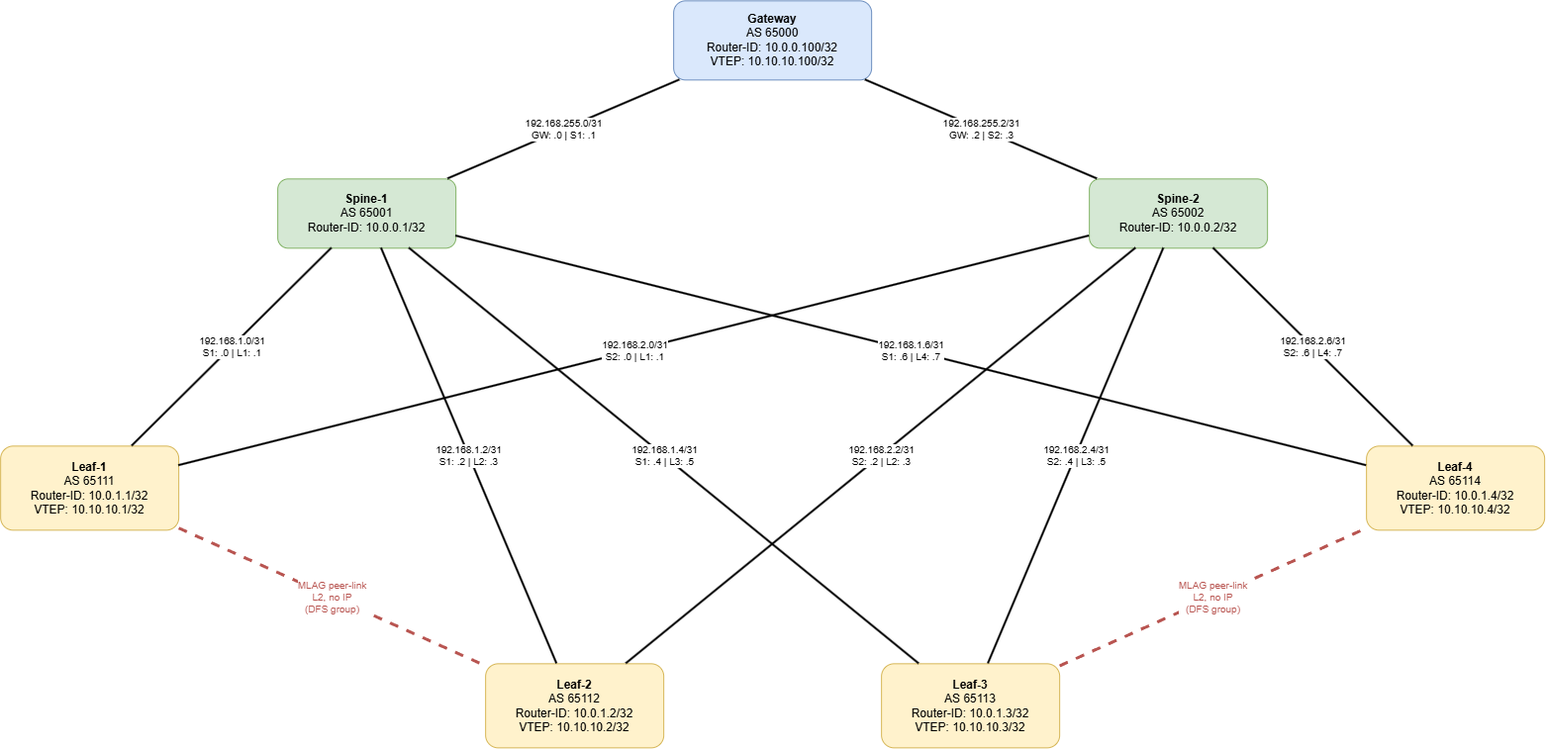
Above: docs/topology.drawio.png in Baymirzaev-A/test-assignment (draw.io), before the change. Source tidied: cells renumbered, new cells last; positions are measured from the earlier drawing's top-left corner, leaving out a move shared by most shapes. Source of this version:
```xml
<mxGraphModel>
  <root>
    <mxCell id="0" />
    <mxCell id="1" parent="0" />
    <mxCell id="2" value="&lt;b&gt;Gateway&lt;/b&gt;&lt;br&gt;AS 65000&lt;br&gt;Router-ID: 10.0.0.100/32&lt;br&gt;VTEP: 10.10.10.100/32" style="rounded=1;whiteSpace=wrap;html=1;fillColor=#dae8fc;strokeColor=#6c8ebf;fontSize=12;align=center;" parent="1" vertex="1">
      <mxGeometry x="680" width="200" height="80" as="geometry" />
    </mxCell>
    <mxCell id="3" value="&lt;b&gt;Spine-1&lt;/b&gt;&lt;br&gt;AS 65001&lt;br&gt;Router-ID: 10.0.0.1/32" style="rounded=1;whiteSpace=wrap;html=1;fillColor=#d5e8d4;strokeColor=#82b366;fontSize=12;align=center;" parent="1" vertex="1">
      <mxGeometry x="280" y="180" width="180" height="70" as="geometry" />
    </mxCell>
    <mxCell id="4" value="&lt;b&gt;Spine-2&lt;/b&gt;&lt;br&gt;AS 65002&lt;br&gt;Router-ID: 10.0.0.2/32" style="rounded=1;whiteSpace=wrap;html=1;fillColor=#d5e8d4;strokeColor=#82b366;fontSize=12;align=center;" parent="1" vertex="1">
      <mxGeometry x="1100" y="180" width="180" height="70" as="geometry" />
    </mxCell>
    <mxCell id="5" value="&lt;b&gt;Leaf-1&lt;/b&gt;&lt;br&gt;AS 65111&lt;br&gt;Router-ID: 10.0.1.1/32&lt;br&gt;VTEP: 10.10.10.1/32" style="rounded=1;whiteSpace=wrap;html=1;fillColor=#fff2cc;strokeColor=#d6b656;fontSize=12;align=center;" parent="1" vertex="1">
      <mxGeometry y="450" width="180" height="85" as="geometry" />
    </mxCell>
    <mxCell id="6" value="&lt;b&gt;Leaf-2&lt;/b&gt;&lt;br&gt;AS 65112&lt;br&gt;Router-ID: 10.0.1.2/32&lt;br&gt;VTEP: 10.10.10.2/32" style="rounded=1;whiteSpace=wrap;html=1;fillColor=#fff2cc;strokeColor=#d6b656;fontSize=12;align=center;" parent="1" vertex="1">
      <mxGeometry x="490" y="670" width="180" height="85" as="geometry" />
    </mxCell>
    <mxCell id="7" value="&lt;b&gt;Leaf-3&lt;/b&gt;&lt;br&gt;AS 65113&lt;br&gt;Router-ID: 10.0.1.3/32&lt;br&gt;VTEP: 10.10.10.3/32" style="rounded=1;whiteSpace=wrap;html=1;fillColor=#fff2cc;strokeColor=#d6b656;fontSize=12;align=center;" parent="1" vertex="1">
      <mxGeometry x="890" y="670" width="180" height="85" as="geometry" />
    </mxCell>
    <mxCell id="8" value="&lt;b&gt;Leaf-4&lt;/b&gt;&lt;br&gt;AS 65114&lt;br&gt;Router-ID: 10.0.1.4/32&lt;br&gt;VTEP: 10.10.10.4/32" style="rounded=1;whiteSpace=wrap;html=1;fillColor=#fff2cc;strokeColor=#d6b656;fontSize=12;align=center;" parent="1" vertex="1">
      <mxGeometry x="1380" y="450" width="180" height="85" as="geometry" />
    </mxCell>
    <mxCell id="9" value="192.168.255.0/31&#10;GW: .0 | S1: .1" style="rounded=0;html=1;endArrow=none;strokeWidth=2;fontSize=10;labelBackgroundColor=#ffffff;" parent="1" edge="1" source="2" target="3">
      <mxGeometry relative="1" as="geometry" />
    </mxCell>
    <mxCell id="10" value="192.168.255.2/31&#10;GW: .2 | S2: .3" style="rounded=0;html=1;endArrow=none;strokeWidth=2;fontSize=10;labelBackgroundColor=#ffffff;" parent="1" edge="1" source="2" target="4">
      <mxGeometry relative="1" as="geometry" />
    </mxCell>
    <mxCell id="11" value="192.168.1.0/31&#10;S1: .0 | L1: .1" style="rounded=0;html=1;endArrow=none;strokeWidth=2;fontSize=10;labelBackgroundColor=#ffffff;" parent="1" edge="1" source="3" target="5">
      <mxGeometry relative="1" as="geometry" />
    </mxCell>
    <mxCell id="12" value="192.168.1.2/31&#10;S1: .2 | L2: .3" style="rounded=0;html=1;endArrow=none;strokeWidth=2;fontSize=10;labelBackgroundColor=#ffffff;" parent="1" edge="1" source="3" target="6">
      <mxGeometry relative="1" as="geometry" />
    </mxCell>
    <mxCell id="13" value="192.168.1.4/31&#10;S1: .4 | L3: .5" style="rounded=0;html=1;endArrow=none;strokeWidth=2;fontSize=10;labelBackgroundColor=#ffffff;strokeColor=#000000;" parent="1" edge="1" source="3" target="7">
      <mxGeometry relative="1" as="geometry" />
    </mxCell>
    <mxCell id="14" value="192.168.1.6/31&#10;S1: .6 | L4: .7" style="rounded=0;html=1;endArrow=none;strokeWidth=2;fontSize=10;labelBackgroundColor=#ffffff;strokeColor=#000000;" parent="1" edge="1" source="3" target="8">
      <mxGeometry relative="1" as="geometry" />
    </mxCell>
    <mxCell id="15" value="192.168.2.4/31&#10;S2: .4 | L3: .5" style="rounded=0;html=1;endArrow=none;strokeWidth=2;fontSize=10;labelBackgroundColor=#ffffff;" parent="1" edge="1" source="4" target="7">
      <mxGeometry relative="1" as="geometry" />
    </mxCell>
    <mxCell id="16" value="192.168.2.6/31&#10;S2: .6 | L4: .7" style="rounded=0;html=1;endArrow=none;strokeWidth=2;fontSize=10;labelBackgroundColor=#ffffff;" parent="1" edge="1" source="4" target="8">
      <mxGeometry relative="1" as="geometry" />
    </mxCell>
    <mxCell id="17" value="192.168.2.0/31&#10;S2: .0 | L1: .1" style="rounded=0;html=1;endArrow=none;strokeWidth=2;fontSize=10;labelBackgroundColor=#ffffff;strokeColor=#000000;" parent="1" edge="1" source="4" target="5">
      <mxGeometry relative="1" as="geometry" />
    </mxCell>
    <mxCell id="18" value="192.168.2.2/31&#10;S2: .2 | L2: .3" style="rounded=0;html=1;endArrow=none;strokeWidth=2;fontSize=10;labelBackgroundColor=#ffffff;strokeColor=#000000;" parent="1" edge="1" source="4" target="6">
      <mxGeometry relative="1" as="geometry" />
    </mxCell>
    <mxCell id="19" value="MLAG peer-link&#10;L2, no IP&#10;(DFS group)" style="rounded=0;html=1;endArrow=none;strokeWidth=3;dashed=1;strokeColor=#b85450;fontColor=#b85450;fontSize=10;labelBackgroundColor=#ffffff;" parent="1" edge="1" source="5" target="6">
      <mxGeometry relative="1" as="geometry" />
    </mxCell>
    <mxCell id="20" value="MLAG peer-link&#10;L2, no IP&#10;(DFS group)" style="rounded=0;html=1;endArrow=none;strokeWidth=3;dashed=1;strokeColor=#b85450;fontColor=#b85450;fontSize=10;labelBackgroundColor=#ffffff;" parent="1" edge="1" source="7" target="8">
      <mxGeometry relative="1" as="geometry" />
    </mxCell>
  </root>
</mxGraphModel>
```
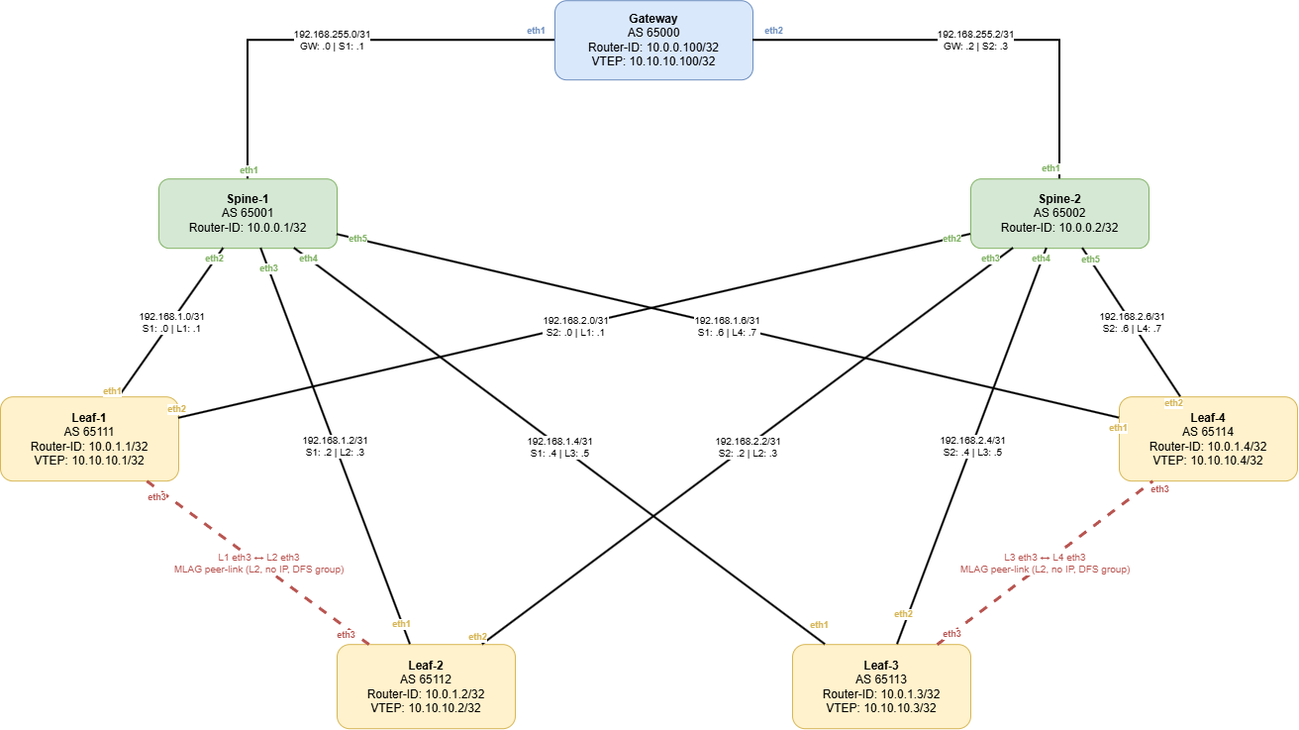
The same diagram one commit later.

Commit message:
обновлена схема underlay drawio (добавлены интерфейсы), переход к конфигурациям (spine 1 и 2, пока только в части underlay)

What changed in the source:
```diff
@@ -12,52 +12,170 @@
       <mxGeometry x="1100" y="180" width="180" height="70" as="geometry" />
     </mxCell>
     <mxCell id="5" value="&lt;b&gt;Leaf-1&lt;/b&gt;&lt;br&gt;AS 65111&lt;br&gt;Router-ID: 10.0.1.1/32&lt;br&gt;VTEP: 10.10.10.1/32" style="rounded=1;whiteSpace=wrap;html=1;fillColor=#fff2cc;strokeColor=#d6b656;fontSize=12;align=center;" parent="1" vertex="1">
-      <mxGeometry y="450" width="180" height="85" as="geometry" />
+      <mxGeometry x="120" y="400" width="180" height="85" as="geometry" />
     </mxCell>
     <mxCell id="6" value="&lt;b&gt;Leaf-2&lt;/b&gt;&lt;br&gt;AS 65112&lt;br&gt;Router-ID: 10.0.1.2/32&lt;br&gt;VTEP: 10.10.10.2/32" style="rounded=1;whiteSpace=wrap;html=1;fillColor=#fff2cc;strokeColor=#d6b656;fontSize=12;align=center;" parent="1" vertex="1">
-      <mxGeometry x="490" y="670" width="180" height="85" as="geometry" />
+      <mxGeometry x="460" y="650" width="180" height="85" as="geometry" />
     </mxCell>
     <mxCell id="7" value="&lt;b&gt;Leaf-3&lt;/b&gt;&lt;br&gt;AS 65113&lt;br&gt;Router-ID: 10.0.1.3/32&lt;br&gt;VTEP: 10.10.10.3/32" style="rounded=1;whiteSpace=wrap;html=1;fillColor=#fff2cc;strokeColor=#d6b656;fontSize=12;align=center;" parent="1" vertex="1">
-      <mxGeometry x="890" y="670" width="180" height="85" as="geometry" />
+      <mxGeometry x="920" y="650" width="180" height="85" as="geometry" />
     </mxCell>
     <mxCell id="8" value="&lt;b&gt;Leaf-4&lt;/b&gt;&lt;br&gt;AS 65114&lt;br&gt;Router-ID: 10.0.1.4/32&lt;br&gt;VTEP: 10.10.10.4/32" style="rounded=1;whiteSpace=wrap;html=1;fillColor=#fff2cc;strokeColor=#d6b656;fontSize=12;align=center;" parent="1" vertex="1">
-      <mxGeometry x="1380" y="450" width="180" height="85" as="geometry" />
+      <mxGeometry x="1250" y="400" width="180" height="85" as="geometry" />
     </mxCell>
-    <mxCell id="9" value="192.168.255.0/31&#10;GW: .0 | S1: .1" style="rounded=0;html=1;endArrow=none;strokeWidth=2;fontSize=10;labelBackgroundColor=#ffffff;" parent="1" edge="1" source="2" target="3">
-      <mxGeometry relative="1" as="geometry" />
+    <mxCell id="9" value="192.168.255.0/31&#10;GW: .0 | S1: .1" style="edgeStyle=orthogonalEdgeStyle;rounded=0;html=1;endArrow=none;strokeWidth=2;fontSize=10;labelBackgroundColor=#ffffff;" parent="1" edge="1" source="2" target="3">
+      <mxGeometry relative="1" as="geometry">
+        <Array as="points">
+          <mxPoint x="370" y="40" />
+          <mxPoint x="370" y="180" />
+        </Array>
+      </mxGeometry>
     </mxCell>
+    <mxCell id="21" value="eth1" style="edgeLabel;html=1;align=center;verticalAlign=middle;fontSize=9;fontStyle=1;fontColor=#6c8ebf;labelBackgroundColor=#ffffff;absolute=1;" parent="9" vertex="1">
+      <mxGeometry y="-10" relative="1" as="geometry">
+        <mxPoint x="205" as="offset" />
+      </mxGeometry>
+    </mxCell>
+    <mxCell id="22" value="eth1" style="edgeLabel;html=1;align=center;verticalAlign=middle;fontSize=9;fontStyle=1;fontColor=#82b366;labelBackgroundColor=#ffffff;absolute=1;" parent="9" vertex="1">
+      <mxGeometry x="1" y="-10" relative="1" as="geometry">
+        <mxPoint x="10" y="-9" as="offset" />
+      </mxGeometry>
+    </mxCell>
-    <mxCell id="10" value="192.168.255.2/31&#10;GW: .2 | S2: .3" style="rounded=0;html=1;endArrow=none;strokeWidth=2;fontSize=10;labelBackgroundColor=#ffffff;" parent="1" edge="1" source="2" target="4">
-      <mxGeometry relative="1" as="geometry" />
+    <mxCell id="10" value="192.168.255.2/31&#10;GW: .2 | S2: .3" style="edgeStyle=orthogonalEdgeStyle;rounded=0;html=1;endArrow=none;strokeWidth=2;fontSize=10;labelBackgroundColor=#ffffff;" parent="1" edge="1" source="2" target="4">
+      <mxGeometry relative="1" as="geometry">
+        <Array as="points">
+          <mxPoint x="1190" y="40" />
+          <mxPoint x="1190" y="180" />
+        </Array>
+      </mxGeometry>
     </mxCell>
+    <mxCell id="23" value="eth2" style="edgeLabel;html=1;align=center;verticalAlign=middle;fontSize=9;fontStyle=1;fontColor=#6c8ebf;labelBackgroundColor=#ffffff;absolute=1;" parent="10" vertex="1">
+      <mxGeometry y="-10" relative="1" as="geometry">
+        <mxPoint x="-205" y="-20" as="offset" />
+      </mxGeometry>
+    </mxCell>
+    <mxCell id="24" value="eth1" style="edgeLabel;html=1;align=center;verticalAlign=middle;fontSize=9;fontStyle=1;fontColor=#82b366;labelBackgroundColor=#ffffff;absolute=1;" parent="10" vertex="1">
+      <mxGeometry x="1" y="-10" relative="1" as="geometry">
+        <mxPoint y="-11" as="offset" />
+      </mxGeometry>
+    </mxCell>
     <mxCell id="11" value="192.168.1.0/31&#10;S1: .0 | L1: .1" style="rounded=0;html=1;endArrow=none;strokeWidth=2;fontSize=10;labelBackgroundColor=#ffffff;" parent="1" edge="1" source="3" target="5">
       <mxGeometry relative="1" as="geometry" />
     </mxCell>
+    <mxCell id="25" value="eth2" style="edgeLabel;html=1;align=center;verticalAlign=middle;fontSize=9;fontStyle=1;fontColor=#82b366;labelBackgroundColor=#ffffff;absolute=1;" parent="11" vertex="1">
+      <mxGeometry y="-10" relative="1" as="geometry">
+        <mxPoint x="51" y="-59" as="offset" />
+      </mxGeometry>
+    </mxCell>
+    <mxCell id="26" value="eth1" style="edgeLabel;html=1;align=center;verticalAlign=middle;fontSize=9;fontStyle=1;fontColor=#d6b656;labelBackgroundColor=#ffffff;absolute=1;" parent="11" vertex="1">
+      <mxGeometry x="1" y="-10" relative="1" as="geometry" />
+    </mxCell>
     <mxCell id="12" value="192.168.1.2/31&#10;S1: .2 | L2: .3" style="rounded=0;html=1;endArrow=none;strokeWidth=2;fontSize=10;labelBackgroundColor=#ffffff;" parent="1" edge="1" source="3" target="6">
       <mxGeometry relative="1" as="geometry" />
     </mxCell>
+    <mxCell id="27" value="eth3" style="edgeLabel;html=1;align=center;verticalAlign=middle;fontSize=9;fontStyle=1;fontColor=#82b366;labelBackgroundColor=#ffffff;absolute=1;" parent="12" vertex="1">
+      <mxGeometry y="-10" relative="1" as="geometry">
+        <mxPoint x="-59" y="-183" as="offset" />
+      </mxGeometry>
+    </mxCell>
+    <mxCell id="28" value="eth1" style="edgeLabel;html=1;align=center;verticalAlign=middle;fontSize=9;fontStyle=1;fontColor=#d6b656;labelBackgroundColor=#ffffff;absolute=1;" parent="12" vertex="1">
+      <mxGeometry x="1" y="-10" relative="1" as="geometry">
+        <mxPoint y="-24" as="offset" />
+      </mxGeometry>
+    </mxCell>
     <mxCell id="13" value="192.168.1.4/31&#10;S1: .4 | L3: .5" style="rounded=0;html=1;endArrow=none;strokeWidth=2;fontSize=10;labelBackgroundColor=#ffffff;strokeColor=#000000;" parent="1" edge="1" source="3" target="7">
       <mxGeometry relative="1" as="geometry" />
     </mxCell>
+    <mxCell id="29" value="eth4" style="edgeLabel;html=1;align=center;verticalAlign=middle;fontSize=9;fontStyle=1;fontColor=#82b366;labelBackgroundColor=#ffffff;absolute=1;" parent="13" vertex="1">
+      <mxGeometry y="-10" relative="1" as="geometry">
+        <mxPoint x="-249" y="-198" as="offset" />
+      </mxGeometry>
+    </mxCell>
+    <mxCell id="30" value="eth1" style="edgeLabel;html=1;align=center;verticalAlign=middle;fontSize=9;fontStyle=1;fontColor=#d6b656;labelBackgroundColor=#ffffff;absolute=1;" parent="13" vertex="1">
+      <mxGeometry x="1" y="-10" relative="1" as="geometry">
+        <mxPoint y="-28" as="offset" />
+      </mxGeometry>
+    </mxCell>
     <mxCell id="14" value="192.168.1.6/31&#10;S1: .6 | L4: .7" style="rounded=0;html=1;endArrow=none;strokeWidth=2;fontSize=10;labelBackgroundColor=#ffffff;strokeColor=#000000;" parent="1" edge="1" source="3" target="8">
       <mxGeometry relative="1" as="geometry" />
     </mxCell>
+    <mxCell id="31" value="eth5" style="edgeLabel;html=1;align=center;verticalAlign=middle;fontSize=9;fontStyle=1;fontColor=#82b366;labelBackgroundColor=#ffffff;absolute=1;" parent="14" vertex="1">
+      <mxGeometry y="-10" relative="1" as="geometry">
+        <mxPoint x="-372" y="-98" as="offset" />
+      </mxGeometry>
+    </mxCell>
+    <mxCell id="32" value="eth1" style="edgeLabel;html=1;align=center;verticalAlign=middle;fontSize=9;fontStyle=1;fontColor=#d6b656;labelBackgroundColor=#ffffff;absolute=1;" parent="14" vertex="1">
+      <mxGeometry x="1" y="-10" relative="1" as="geometry" />
+    </mxCell>
     <mxCell id="15" value="192.168.2.4/31&#10;S2: .4 | L3: .5" style="rounded=0;html=1;endArrow=none;strokeWidth=2;fontSize=10;labelBackgroundColor=#ffffff;" parent="1" edge="1" source="4" target="7">
       <mxGeometry relative="1" as="geometry" />
     </mxCell>
+    <mxCell id="33" value="eth4" style="edgeLabel;html=1;align=center;verticalAlign=middle;fontSize=9;fontStyle=1;fontColor=#82b366;labelBackgroundColor=#ffffff;absolute=1;" parent="15" vertex="1">
+      <mxGeometry y="-10" relative="1" as="geometry">
+        <mxPoint x="78" y="-186" as="offset" />
+      </mxGeometry>
+    </mxCell>
+    <mxCell id="34" value="eth2" style="edgeLabel;html=1;align=center;verticalAlign=middle;fontSize=9;fontStyle=1;fontColor=#d6b656;labelBackgroundColor=#ffffff;absolute=1;" parent="15" vertex="1">
+      <mxGeometry x="1" y="-10" relative="1" as="geometry">
+        <mxPoint x="14" y="-27" as="offset" />
+      </mxGeometry>
+    </mxCell>
     <mxCell id="16" value="192.168.2.6/31&#10;S2: .6 | L4: .7" style="rounded=0;html=1;endArrow=none;strokeWidth=2;fontSize=10;labelBackgroundColor=#ffffff;" parent="1" edge="1" source="4" target="8">
       <mxGeometry relative="1" as="geometry" />
     </mxCell>
+    <mxCell id="35" value="eth5" style="edgeLabel;html=1;align=center;verticalAlign=middle;fontSize=9;fontStyle=1;fontColor=#82b366;labelBackgroundColor=#ffffff;absolute=1;" parent="16" vertex="1">
+      <mxGeometry y="-10" relative="1" as="geometry">
+        <mxPoint x="-34" y="-70" as="offset" />
+      </mxGeometry>
+    </mxCell>
+    <mxCell id="36" value="eth2" style="edgeLabel;html=1;align=center;verticalAlign=middle;fontSize=9;fontStyle=1;fontColor=#d6b656;labelBackgroundColor=#ffffff;absolute=1;" parent="16" vertex="1">
+      <mxGeometry x="1" y="-10" relative="1" as="geometry" />
+    </mxCell>
     <mxCell id="17" value="192.168.2.0/31&#10;S2: .0 | L1: .1" style="rounded=0;html=1;endArrow=none;strokeWidth=2;fontSize=10;labelBackgroundColor=#ffffff;strokeColor=#000000;" parent="1" edge="1" source="4" target="5">
       <mxGeometry relative="1" as="geometry" />
     </mxCell>
+    <mxCell id="37" value="eth2" style="edgeLabel;html=1;align=center;verticalAlign=middle;fontSize=9;fontStyle=1;fontColor=#82b366;labelBackgroundColor=#ffffff;absolute=1;" parent="17" vertex="1">
+      <mxGeometry y="-10" relative="1" as="geometry">
+        <mxPoint x="382" y="-79" as="offset" />
+      </mxGeometry>
+    </mxCell>
+    <mxCell id="38" value="eth2" style="edgeLabel;html=1;align=center;verticalAlign=middle;fontSize=9;fontStyle=1;fontColor=#d6b656;labelBackgroundColor=#ffffff;absolute=1;" parent="17" vertex="1">
+      <mxGeometry x="1" y="-10" relative="1" as="geometry" />
+    </mxCell>
     <mxCell id="18" value="192.168.2.2/31&#10;S2: .2 | L2: .3" style="rounded=0;html=1;endArrow=none;strokeWidth=2;fontSize=10;labelBackgroundColor=#ffffff;strokeColor=#000000;" parent="1" edge="1" source="4" target="6">
       <mxGeometry relative="1" as="geometry" />
     </mxCell>
+    <mxCell id="39" value="eth3" style="edgeLabel;html=1;align=center;verticalAlign=middle;fontSize=9;fontStyle=1;fontColor=#82b366;labelBackgroundColor=#ffffff;absolute=1;" parent="18" vertex="1">
+      <mxGeometry y="-10" relative="1" as="geometry">
+        <mxPoint x="251" y="-182" as="offset" />
+      </mxGeometry>
+    </mxCell>
+    <mxCell id="40" value="eth2" style="edgeLabel;html=1;align=center;verticalAlign=middle;fontSize=9;fontStyle=1;fontColor=#d6b656;labelBackgroundColor=#ffffff;absolute=1;" parent="18" vertex="1">
+      <mxGeometry x="1" y="-10" relative="1" as="geometry" />
+    </mxCell>
-    <mxCell id="19" value="MLAG peer-link&#10;L2, no IP&#10;(DFS group)" style="rounded=0;html=1;endArrow=none;strokeWidth=3;dashed=1;strokeColor=#b85450;fontColor=#b85450;fontSize=10;labelBackgroundColor=#ffffff;" parent="1" edge="1" source="5" target="6">
+    <mxCell id="19" value="L1 eth3 ↔ L2 eth3&#10;MLAG peer-link (L2, no IP, DFS group)" style="rounded=0;html=1;endArrow=none;strokeWidth=3;dashed=1;strokeColor=#b85450;fontColor=#b85450;fontSize=10;labelBackgroundColor=#ffffff;" parent="1" edge="1" source="5" target="6">
       <mxGeometry relative="1" as="geometry" />
     </mxCell>
+    <mxCell id="41" value="eth3" style="edgeLabel;html=1;align=center;verticalAlign=middle;fontSize=9;fontStyle=1;fontColor=#b85450;labelBackgroundColor=#ffffff;absolute=1;" parent="19" vertex="1">
+      <mxGeometry y="-10" relative="1" as="geometry">
+        <mxPoint x="-98" y="-75" as="offset" />
+      </mxGeometry>
+    </mxCell>
+    <mxCell id="42" value="eth3" style="edgeLabel;html=1;align=center;verticalAlign=middle;fontSize=9;fontStyle=1;fontColor=#b85450;labelBackgroundColor=#ffffff;absolute=1;" parent="19" vertex="1">
+      <mxGeometry x="1" y="-10" relative="1" as="geometry">
+        <mxPoint x="-18" y="-18" as="offset" />
+      </mxGeometry>
+    </mxCell>
-    <mxCell id="20" value="MLAG peer-link&#10;L2, no IP&#10;(DFS group)" style="rounded=0;html=1;endArrow=none;strokeWidth=3;dashed=1;strokeColor=#b85450;fontColor=#b85450;fontSize=10;labelBackgroundColor=#ffffff;" parent="1" edge="1" source="7" target="8">
+    <mxCell id="20" value="L3 eth3 ↔ L4 eth3&#10;MLAG peer-link (L2, no IP, DFS group)" style="rounded=0;html=1;endArrow=none;strokeWidth=3;dashed=1;strokeColor=#b85450;fontColor=#b85450;fontSize=10;labelBackgroundColor=#ffffff;" parent="1" edge="1" source="7" target="8">
       <mxGeometry relative="1" as="geometry" />
     </mxCell>
+    <mxCell id="43" value="eth3" style="edgeLabel;html=1;align=center;verticalAlign=middle;fontSize=9;fontStyle=1;fontColor=#b85450;labelBackgroundColor=#ffffff;absolute=1;" parent="20" vertex="1">
+      <mxGeometry y="-10" relative="1" as="geometry">
+        <mxPoint x="-101" y="64" as="offset" />
+      </mxGeometry>
+    </mxCell>
+    <mxCell id="44" value="eth3" style="edgeLabel;html=1;align=center;verticalAlign=middle;fontSize=9;fontStyle=1;fontColor=#b85450;labelBackgroundColor=#ffffff;absolute=1;" parent="20" vertex="1">
+      <mxGeometry x="1" y="-10" relative="1" as="geometry" />
+    </mxCell>
   </root>
 </mxGraphModel>
```
